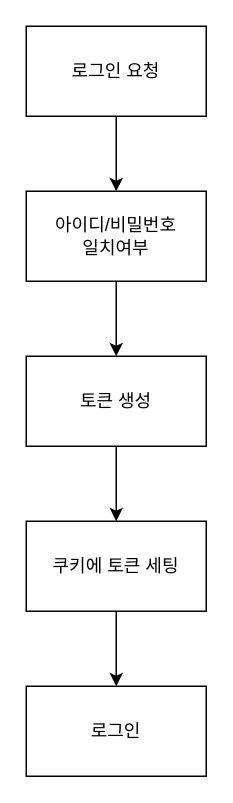
This is draw.io/user-authorization.drawio from ktt9117/mern-boiler-plate, a draw.io file, before an edit. Source tidied: cells renumbered, new cells numbered last; positions are measured from the earlier drawing's top-left corner, leaving out a move shared by most shapes. Both pictures are drawn from the tidied source at 150%, with x=0, y=0 at pixel (26, 26).
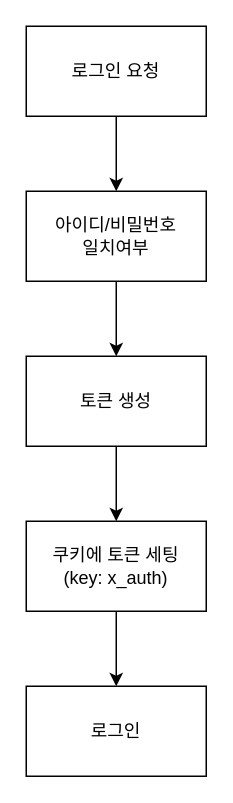
The same diagram, later.

What changed in the source:
```diff
@@
 <mxGraphModel>
   <root>
     <mxCell id="0" />
     <mxCell id="1" parent="0" />
     <mxCell id="2" style="edgeStyle=orthogonalEdgeStyle;rounded=0;jettySize=auto;html=1;" parent="1" edge="1" source="5" target="3">
       <mxGeometry relative="1" as="geometry" />
     </mxCell>
     <mxCell id="3" value="로그인" style="rounded=0;whiteSpace=wrap;html=1;" parent="1" vertex="1">
       <mxGeometry y="440" width="120" height="60" as="geometry" />
     </mxCell>
     <mxCell id="4" style="edgeStyle=orthogonalEdgeStyle;rounded=0;jettySize=auto;html=1;" parent="1" edge="1" source="7" target="5">
       <mxGeometry relative="1" as="geometry" />
     </mxCell>
-    <mxCell id="5" value="쿠키에 토큰 세팅" style="rounded=0;whiteSpace=wrap;html=1;" parent="1" vertex="1">
+    <mxCell id="5" value="쿠키에 토큰 세팅&lt;br&gt;(key: x_auth)" style="rounded=0;whiteSpace=wrap;html=1;" parent="1" vertex="1">
       <mxGeometry y="330" width="120" height="60" as="geometry" />
     </mxCell>
     <mxCell id="6" style="edgeStyle=orthogonalEdgeStyle;rounded=0;jettySize=auto;html=1;" parent="1" edge="1" source="9" target="7">
       <mxGeometry relative="1" as="geometry" />
     </mxCell>
     <mxCell id="7" value="토큰 생성" style="rounded=0;whiteSpace=wrap;html=1;" parent="1" vertex="1">
       <mxGeometry y="220" width="120" height="60" as="geometry" />
     </mxCell>
     <mxCell id="8" style="edgeStyle=orthogonalEdgeStyle;rounded=0;jettySize=auto;html=1;" parent="1" edge="1" source="10" target="9">
       <mxGeometry relative="1" as="geometry" />
     </mxCell>
     <mxCell id="9" value="아이디/비밀번호 &lt;br&gt;일치여부" style="rounded=0;whiteSpace=wrap;html=1;" parent="1" vertex="1">
       <mxGeometry y="110" width="120" height="60" as="geometry" />
     </mxCell>
     <mxCell id="10" value="로그인 요청" style="rounded=0;whiteSpace=wrap;html=1;" parent="1" vertex="1">
       <mxGeometry width="120" height="60" as="geometry" />
     </mxCell>
   </root>
 </mxGraphModel>
```
